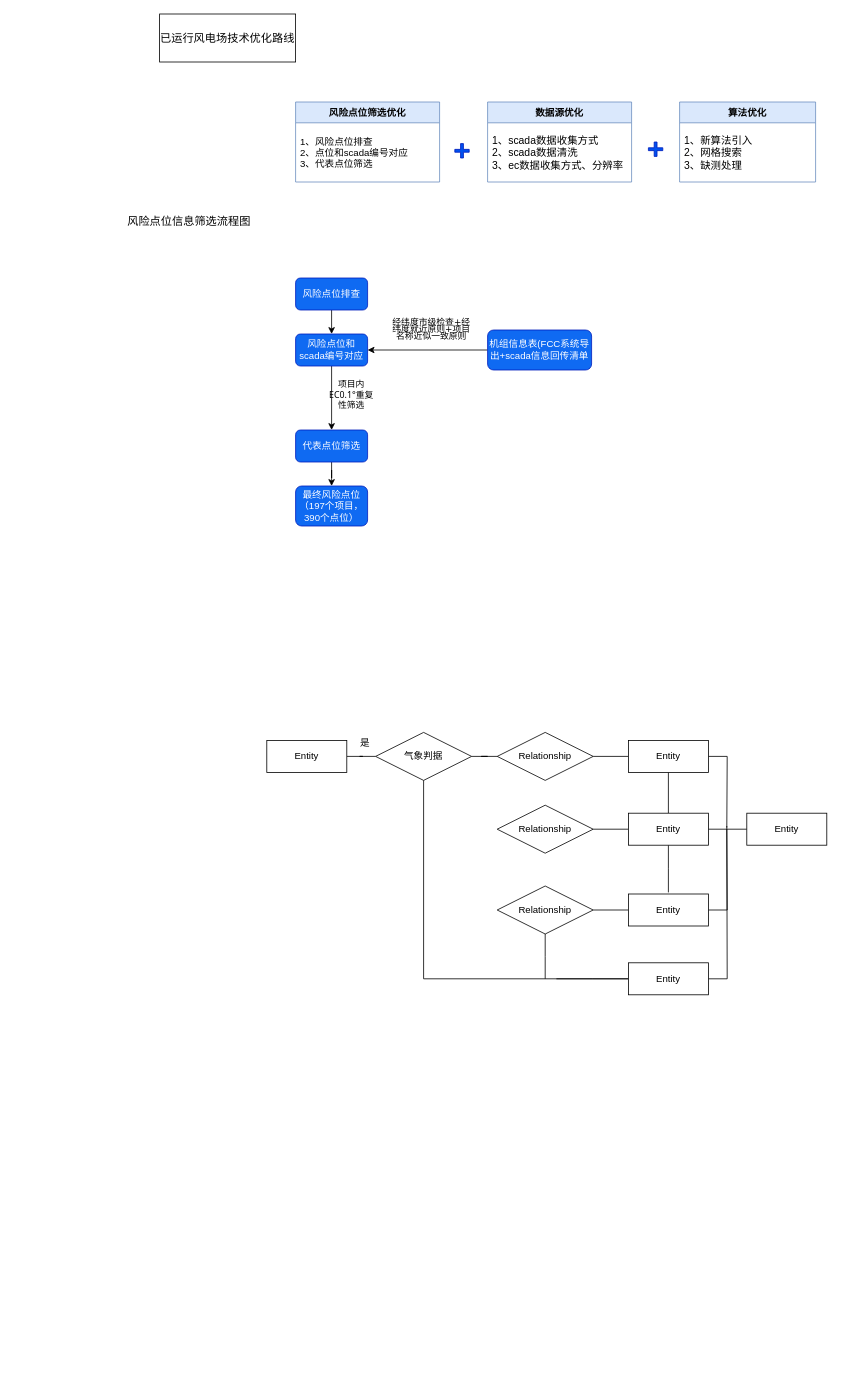
This is a.drawio from dingying1990/drawio, a draw.io file, before an edit. Source tidied: cells renumbered, new cells numbered last; positions are measured from the earlier drawing's top-left corner, leaving out a move shared by most shapes. Both pictures are drawn from the tidied source at 80%, with x=0, y=0 at pixel (126, 14).
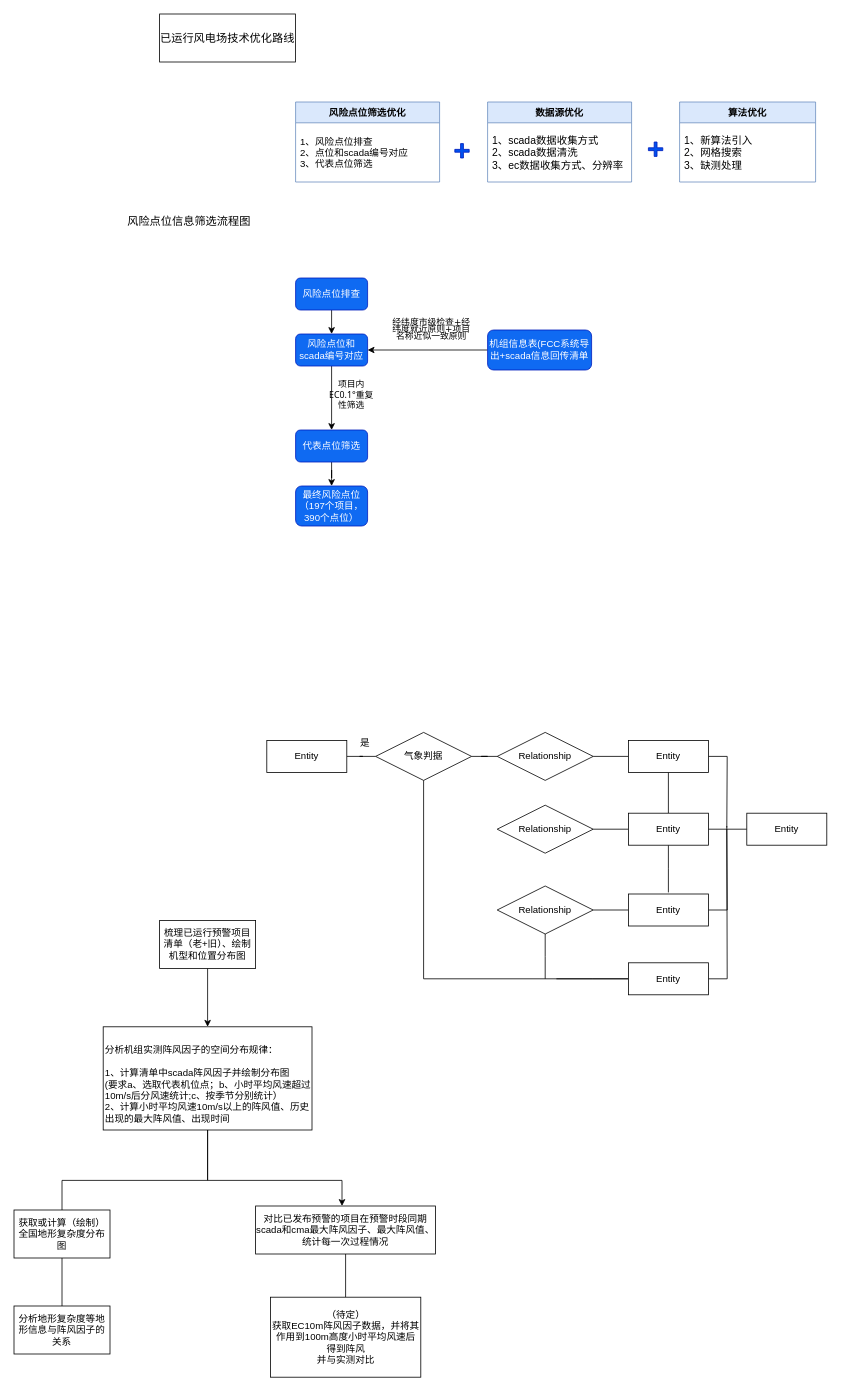
After the change.

The edit, as a diff of the source:
```diff
@@
+    <mxCell id="49" style="edgeStyle=orthogonalEdgeStyle;rounded=0;jettySize=auto;html=1;startArrow=none;startFill=0;endArrow=none;endFill=0;" parent="1" edge="1" source="50" target="58">
+      <mxGeometry relative="1" as="geometry">
+        <Array as="points">
+          <mxPoint x="102" y="1458" />
+          <mxPoint x="-80" y="1458" />
+        </Array>
+      </mxGeometry>
+    </mxCell>
+    <mxCell id="50" value="&lt;br&gt;分析机组实测阵风因子的空间分布规律：&lt;br&gt;&lt;br&gt;1、计算清单中scada阵风因子并绘制分布图&lt;br&gt;(要求a、选取代表机位点；b、小时平均风速超过10m/s后分风速统计;c、按季节分别统计）&lt;br&gt;2、计算小时平均风速10m/s以上的阵风值、历史出现的最大阵风值、出现时间" style="rounded=0;whiteSpace=wrap;html=1;align=left;" parent="1" vertex="1">
+      <mxGeometry x="-28.5" y="1266" width="261" height="129" as="geometry" />
+    </mxCell>
+    <mxCell id="51" style="edgeStyle=orthogonalEdgeStyle;rounded=0;jettySize=auto;html=1;" parent="1" edge="1" source="52" target="50">
+      <mxGeometry relative="1" as="geometry" />
+    </mxCell>
+    <mxCell id="52" value="梳理已运行预警项目清单（老+旧）、绘制机型和位置分布图" style="rounded=0;whiteSpace=wrap;html=1;" parent="1" vertex="1">
+      <mxGeometry x="42" y="1133" width="120" height="60" as="geometry" />
+    </mxCell>
+    <mxCell id="53" style="edgeStyle=orthogonalEdgeStyle;rounded=0;jettySize=auto;html=1;startArrow=classic;startFill=1;endArrow=none;endFill=0;" parent="1" edge="1" source="55" target="50">
+      <mxGeometry relative="1" as="geometry">
+        <Array as="points">
+          <mxPoint x="270" y="1458" />
+          <mxPoint x="102" y="1458" />
+        </Array>
+      </mxGeometry>
+    </mxCell>
+    <mxCell id="54" style="edgeStyle=orthogonalEdgeStyle;rounded=0;jettySize=auto;html=1;startArrow=none;startFill=0;endArrow=none;endFill=0;" parent="1" edge="1" source="55" target="56">
+      <mxGeometry relative="1" as="geometry" />
+    </mxCell>
+    <mxCell id="55" value="对比已发布预警的项目在预警时段同期scada和cma最大阵风因子、最大阵风值、统计每一次过程情况" style="rounded=0;whiteSpace=wrap;html=1;" parent="1" vertex="1">
+      <mxGeometry x="162" y="1490" width="225" height="60" as="geometry" />
+    </mxCell>
+    <mxCell id="56" value="（待定）&lt;br&gt;获取EC10m阵风因子数据，并将其作用到100m高度小时平均风速后得到阵风&lt;br&gt;并与实测对比" style="rounded=0;whiteSpace=wrap;html=1;" parent="1" vertex="1">
+      <mxGeometry x="180.5" y="1604" width="188" height="100" as="geometry" />
+    </mxCell>
+    <mxCell id="57" style="edgeStyle=orthogonalEdgeStyle;rounded=0;jettySize=auto;html=1;startArrow=none;startFill=0;endArrow=none;endFill=0;" parent="1" edge="1" source="58" target="59">
+      <mxGeometry relative="1" as="geometry" />
+    </mxCell>
+    <mxCell id="58" value="获取或计算（绘制）全国地形复杂度分布图" style="rounded=0;whiteSpace=wrap;html=1;" parent="1" vertex="1">
+      <mxGeometry x="-140" y="1495" width="120" height="60" as="geometry" />
+    </mxCell>
+    <mxCell id="59" value="分析地形复杂度等地形信息与阵风因子的关系" style="rounded=0;whiteSpace=wrap;html=1;" parent="1" vertex="1">
+      <mxGeometry x="-140" y="1615" width="120" height="60" as="geometry" />
+    </mxCell>
```
